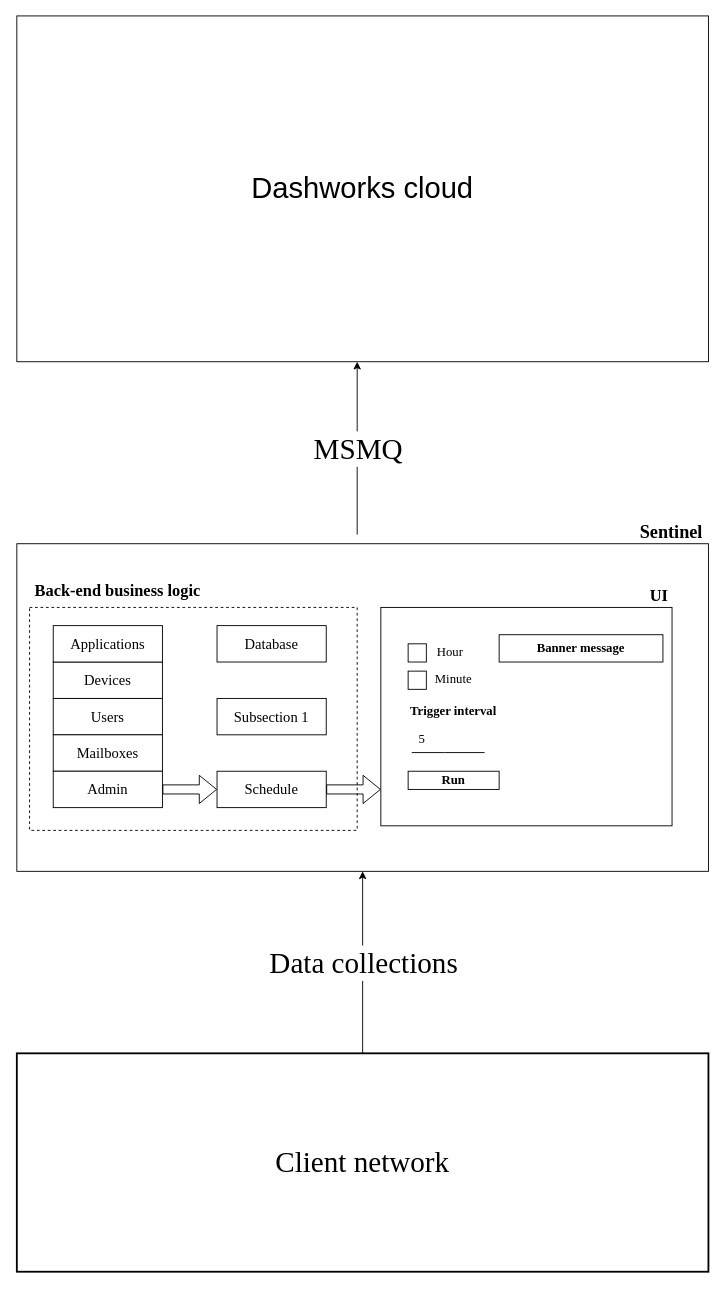
Above: src/assets/Untitled Diagram.drawio in ValeryYuntsevich/ag-grid (draw.io), before the change. Source tidied: cells renumbered, new cells numbered last; positions are measured from the earlier drawing's top-left corner, leaving out a move shared by most shapes. Both pictures are drawn from the tidied source at 91%, with x=0, y=0 at pixel (16, 15).
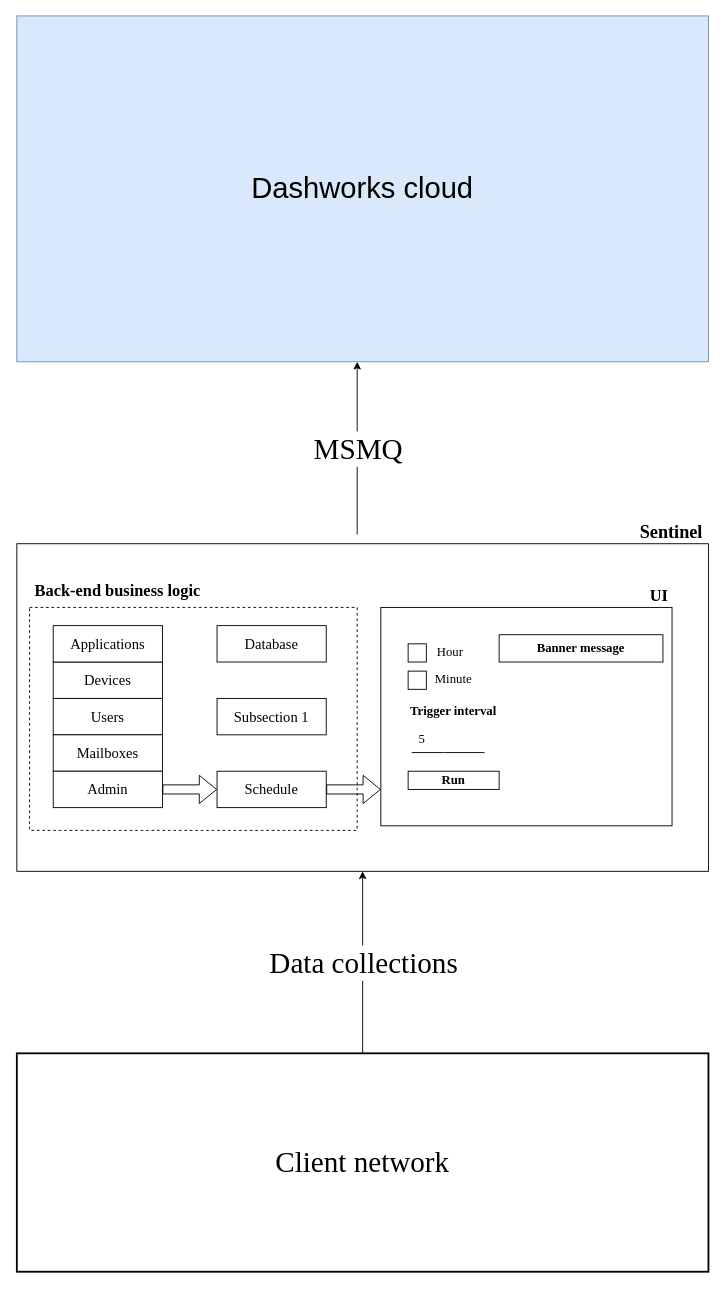
Above is the later version.

What changed in the source:
```diff
@@
-    <mxCell id="34" value="Dashworks cloud" style="rounded=0;whiteSpace=wrap;html=1;fontSize=32;" parent="1" vertex="1">
+    <mxCell id="34" value="Dashworks cloud" style="rounded=0;whiteSpace=wrap;html=1;fontSize=32;fillColor=#dae8fc;strokeColor=#6c8ebf;" parent="1" vertex="1">
       <mxGeometry width="760" height="380" as="geometry" />
     </mxCell>
```
